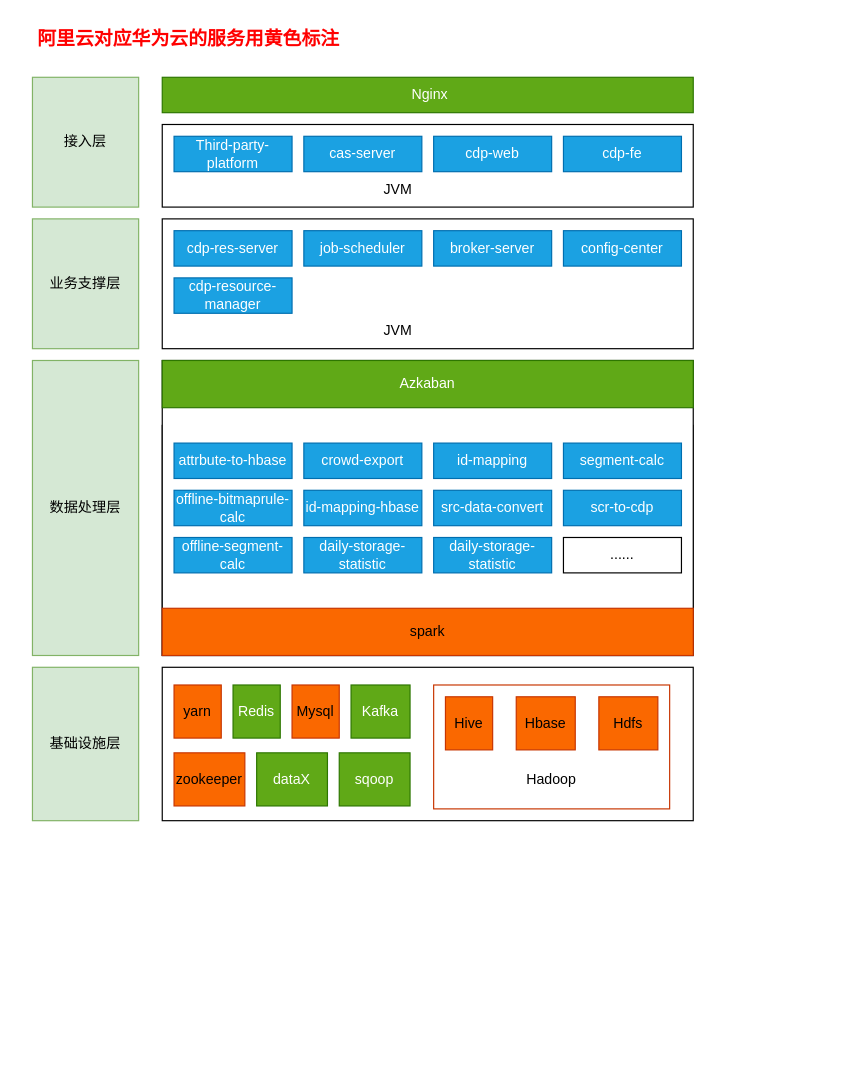
The draw.io diagram CDP服务部署逻辑图.drawio in DThadch/draw, before the edit. Source tidied: cells renumbered, new cells numbered last; positions are measured from the earlier drawing's top-left corner, leaving out a move shared by most shapes. Both pictures are drawn from the tidied source at 118%, with x=0, y=0 at pixel (20, 20).
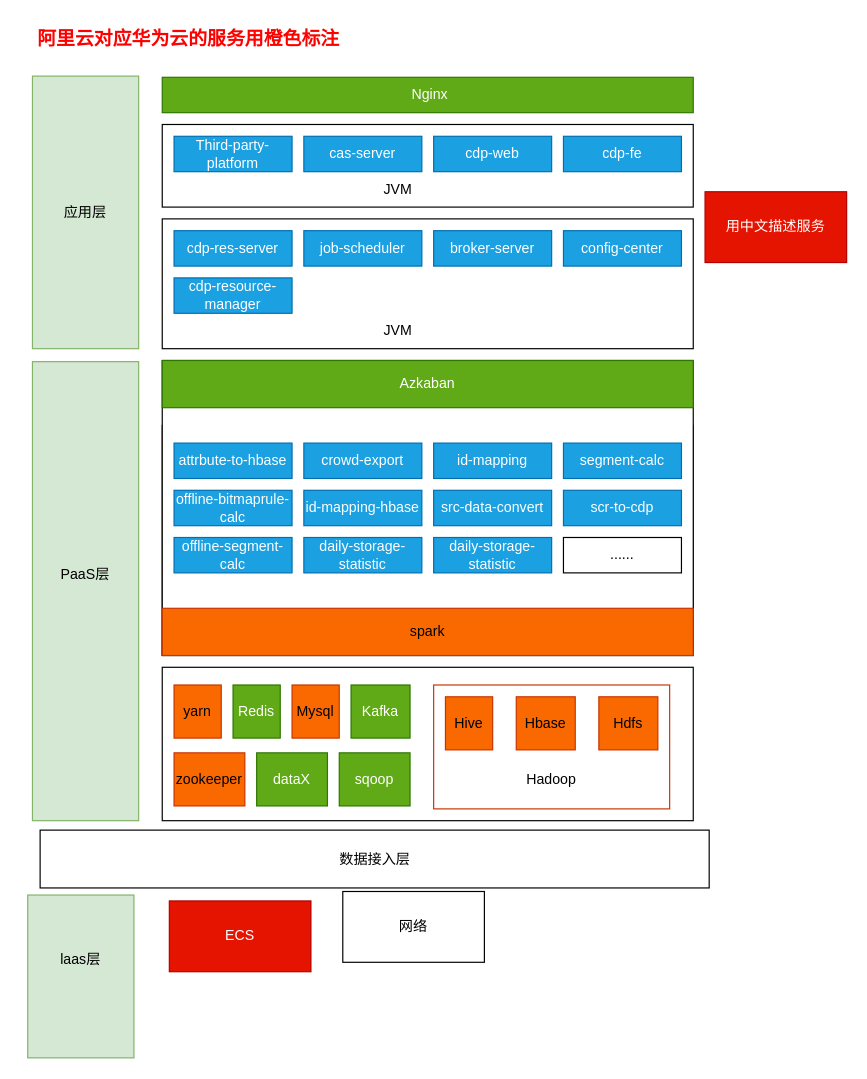
After the change.

Commit message:
更新CDP服务部署逻辑图.drawio

The edit, as a diff of the source:
```diff
@@
-    <mxCell id="4" value="接入层" style="rounded=0;whiteSpace=wrap;html=1;fillColor=#d5e8d4;strokeColor=#82b366;" parent="1" vertex="1">
-      <mxGeometry x="10" y="48" width="90" height="110" as="geometry" />
-    </mxCell>
@@
-    <mxCell id="11" value="业务支撑层" style="rounded=0;whiteSpace=wrap;html=1;fillColor=#d5e8d4;strokeColor=#82b366;" parent="1" vertex="1">
-      <mxGeometry x="10" y="168" width="90" height="110" as="geometry" />
+    <mxCell id="11" value="应用层" style="rounded=0;whiteSpace=wrap;html=1;fillColor=#d5e8d4;strokeColor=#82b366;" parent="1" vertex="1">
+      <mxGeometry x="10" y="47" width="90" height="231" as="geometry" />
     </mxCell>
@@
-    <mxCell id="19" value="数据处理层" style="rounded=0;whiteSpace=wrap;html=1;fillColor=#d5e8d4;strokeColor=#82b366;" parent="1" vertex="1">
-      <mxGeometry x="10" y="288" width="90" height="250" as="geometry" />
-    </mxCell>
@@
-    <mxCell id="35" value="基础设施层" style="rounded=0;whiteSpace=wrap;html=1;fillColor=#d5e8d4;strokeColor=#82b366;" parent="1" vertex="1">
-      <mxGeometry x="10" y="548" width="90" height="130" as="geometry" />
+    <mxCell id="35" value="PaaS层&lt;div&gt;&lt;br&gt;&lt;/div&gt;&lt;div&gt;&lt;br&gt;&lt;/div&gt;" style="rounded=0;whiteSpace=wrap;html=1;fillColor=#d5e8d4;strokeColor=#82b366;" parent="1" vertex="1">
+      <mxGeometry x="10" y="289" width="90" height="389" as="geometry" />
     </mxCell>
@@
-    <mxCell id="49" value="阿里云对应华为云的服务用黄色标注" style="text;html=1;align=center;verticalAlign=middle;whiteSpace=wrap;rounded=0;fontFamily=Helvetica;fontSize=16;fontColor=#FF0000;fontStyle=1;" parent="1" vertex="1">
+    <mxCell id="49" value="阿里云对应华为云的服务用橙色标注" style="text;html=1;align=center;verticalAlign=middle;whiteSpace=wrap;rounded=0;fontFamily=Helvetica;fontSize=16;fontColor=#FF0000;fontStyle=1;" parent="1" vertex="1">
       <mxGeometry width="285" height="30" as="geometry" />
     </mxCell>
+    <mxCell id="50" value="laas层&lt;div&gt;&lt;br&gt;&lt;/div&gt;&lt;div&gt;&lt;br&gt;&lt;/div&gt;" style="rounded=0;whiteSpace=wrap;html=1;fillColor=#d5e8d4;strokeColor=#82b366;" parent="1" vertex="1">
+      <mxGeometry x="6" y="741" width="90" height="138" as="geometry" />
+    </mxCell>
+    <mxCell id="51" value="ECS" style="rounded=0;whiteSpace=wrap;html=1;fillColor=#e51400;fontColor=#ffffff;strokeColor=#B20000;" parent="1" vertex="1">
+      <mxGeometry x="126" y="746" width="120" height="60" as="geometry" />
+    </mxCell>
+    <mxCell id="52" value="网络" style="rounded=0;whiteSpace=wrap;html=1;" parent="1" vertex="1">
+      <mxGeometry x="273" y="738" width="120" height="60" as="geometry" />
+    </mxCell>
+    <mxCell id="53" value="用中文描述服务" style="rounded=0;whiteSpace=wrap;html=1;fillColor=#e51400;fontColor=#ffffff;strokeColor=#B20000;" parent="1" vertex="1">
+      <mxGeometry x="580" y="145" width="120" height="60" as="geometry" />
+    </mxCell>
+    <mxCell id="54" value="数据接入层" style="rounded=0;whiteSpace=wrap;html=1;" parent="1" vertex="1">
+      <mxGeometry x="16.5" y="686" width="567" height="49" as="geometry" />
+    </mxCell>
```
